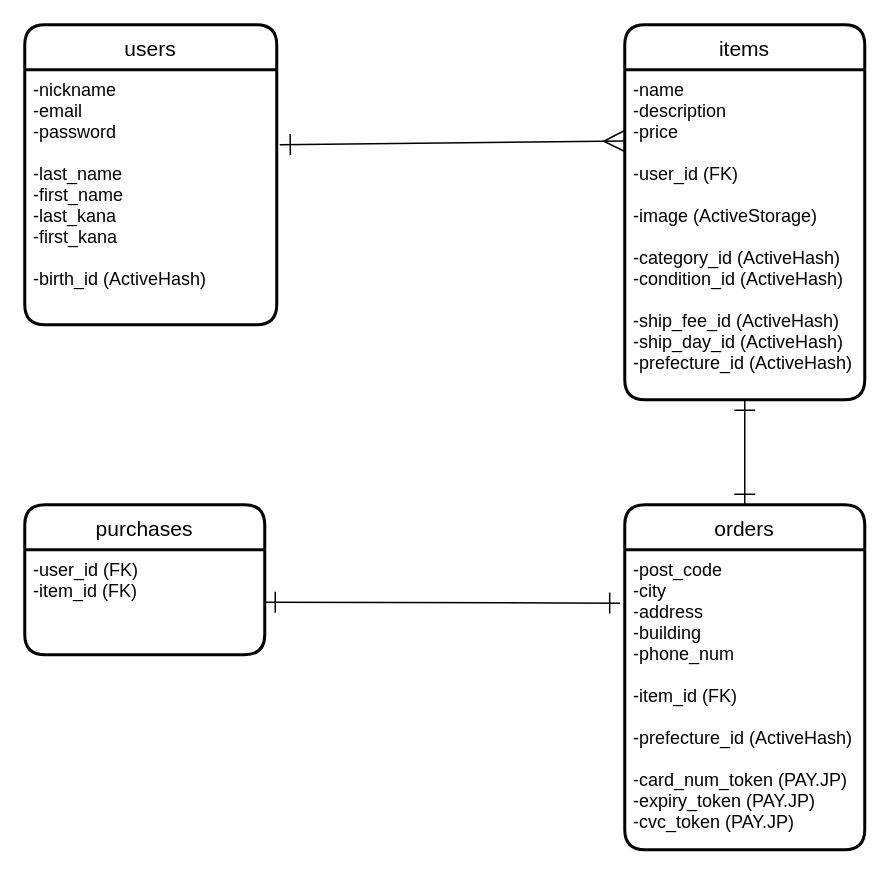
Earlier version of the draw.io diagram ER.dio (avocado-don/furima-38963). Source tidied: cells renumbered, new cells numbered last; positions are measured from the earlier drawing's top-left corner, leaving out a move shared by most shapes. Both pictures are drawn from the tidied source at 150%, with x=0, y=0 at pixel (24, 24).
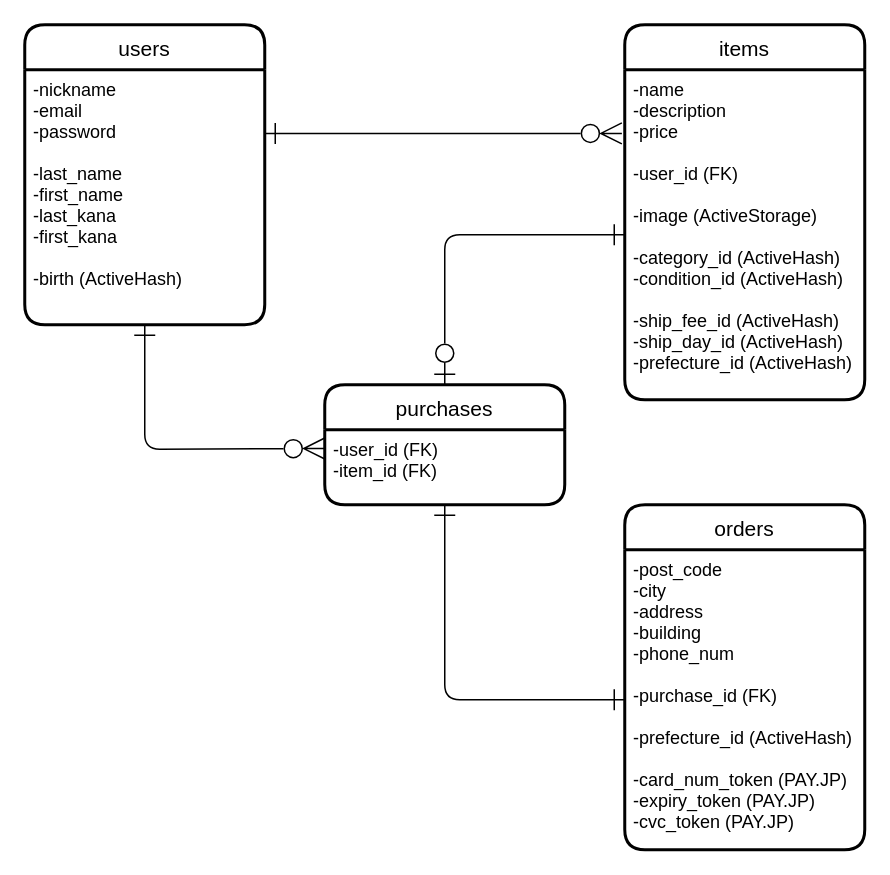
Above is the later version.

Commit message (it also covers changes not shown here):
レビューの指摘箇所修正 #3

Diff of the diagram source:
```diff
@@
 <mxGraphModel>
   <root>
     <mxCell id="0" />
     <mxCell id="1" parent="0" />
     <mxCell id="2" value="users" style="swimlane;horizontal=1;startSize=30;rounded=1;fontSize=14;fontStyle=0;strokeWidth=2;shadow=0;dashed=0;align=center;" parent="1" vertex="1">
-      <mxGeometry width="168" height="200" as="geometry" />
+      <mxGeometry width="160" height="200" as="geometry" />
     </mxCell>
-    <mxCell id="3" value="-nickname&#10;-email&#10;-password&#10;&#10;-last_name&#10;-first_name&#10;-last_kana&#10;-first_kana&#10;&#10;-birth_id (ActiveHash)" style="align=left;strokeColor=none;fillColor=none;spacingLeft=4;fontSize=12;verticalAlign=top;" parent="2" vertex="1">
-      <mxGeometry y="30" width="168" height="170" as="geometry" />
+    <mxCell id="3" value="-nickname&#10;-email&#10;-password&#10;&#10;-last_name&#10;-first_name&#10;-last_kana&#10;-first_kana&#10;&#10;-birth (ActiveHash)" style="align=left;strokeColor=none;fillColor=none;spacingLeft=4;fontSize=12;verticalAlign=top;" parent="2" vertex="1">
+      <mxGeometry y="30" width="160" height="170" as="geometry" />
     </mxCell>
     <mxCell id="4" value="items" style="swimlane;horizontal=1;startSize=30;rounded=1;fontSize=14;fontStyle=0;strokeWidth=2;shadow=0;dashed=0;align=center;" parent="1" vertex="1">
       <mxGeometry x="400" width="160" height="250" as="geometry" />
     </mxCell>
     <mxCell id="5" value="-name&#10;-description&#10;-price&#10;&#10;-user_id (FK)&#10;&#10;-image (ActiveStorage)&#10;&#10;-category_id (ActiveHash)&#10;-condition_id (ActiveHash)&#10;&#10;-ship_fee_id (ActiveHash)&#10;-ship_day_id (ActiveHash)&#10;-prefecture_id (ActiveHash)" style="align=left;strokeColor=none;fillColor=none;spacingLeft=4;fontSize=12;verticalAlign=top;" parent="4" vertex="1">
       <mxGeometry y="30" width="160" height="220" as="geometry" />
     </mxCell>
-    <mxCell id="6" style="edgeStyle=none;html=1;entryX=0.5;entryY=1;entryDx=0;entryDy=0;startArrow=ERone;startFill=0;endArrow=ERone;endFill=0;startSize=12;endSize=12;" parent="1" edge="1" source="7" target="5">
-      <mxGeometry relative="1" as="geometry" />
-    </mxCell>
     <mxCell id="7" value="orders" style="swimlane;horizontal=1;startSize=30;rounded=1;fontSize=14;fontStyle=0;strokeWidth=2;shadow=0;dashed=0;align=center;" parent="1" vertex="1">
       <mxGeometry x="400" y="320" width="160" height="230" as="geometry" />
     </mxCell>
-    <mxCell id="8" value="-post_code&#10;-city&#10;-address&#10;-building&#10;-phone_num&#10;&#10;-item_id (FK)&#10;&#10;-prefecture_id (ActiveHash)&#10;&#10;-card_num_token (PAY.JP)&#10;-expiry_token (PAY.JP)&#10;-cvc_token (PAY.JP)" style="align=left;strokeColor=none;fillColor=none;spacingLeft=4;fontSize=12;verticalAlign=top;" parent="7" vertex="1">
+    <mxCell id="8" value="-post_code&#10;-city&#10;-address&#10;-building&#10;-phone_num&#10;&#10;-purchase_id (FK)&#10;&#10;-prefecture_id (ActiveHash)&#10;&#10;-card_num_token (PAY.JP)&#10;-expiry_token (PAY.JP)&#10;-cvc_token (PAY.JP)" style="align=left;strokeColor=none;fillColor=none;spacingLeft=4;fontSize=12;verticalAlign=top;" parent="7" vertex="1">
       <mxGeometry y="30" width="160" height="200" as="geometry" />
     </mxCell>
-    <mxCell id="9" style="edgeStyle=none;html=1;entryX=0;entryY=0.216;entryDx=0;entryDy=0;entryPerimeter=0;startArrow=ERone;startFill=0;endArrow=ERmany;endFill=0;endSize=12;startSize=12;" parent="1" edge="1" target="5">
-      <mxGeometry relative="1" as="geometry">
-        <mxPoint x="170" y="80" as="sourcePoint" />
-      </mxGeometry>
-    </mxCell>
     <mxCell id="10" value="purchases" style="swimlane;horizontal=1;startSize=30;rounded=1;fontSize=14;fontStyle=0;strokeWidth=2;shadow=0;dashed=0;align=center;" parent="1" vertex="1">
-      <mxGeometry y="320" width="160" height="100" as="geometry" />
+      <mxGeometry x="200" y="240" width="160" height="80" as="geometry" />
     </mxCell>
     <mxCell id="11" value="-user_id (FK)&#10;-item_id (FK)&#10;" style="align=left;strokeColor=none;fillColor=none;spacingLeft=4;fontSize=12;verticalAlign=top;" parent="10" vertex="1">
-      <mxGeometry y="30" width="160" height="70" as="geometry" />
+      <mxGeometry y="30" width="160" height="50" as="geometry" />
     </mxCell>
+    <mxCell id="13" style="edgeStyle=none;html=1;exitX=1;exitY=0.25;exitDx=0;exitDy=0;entryX=-0.012;entryY=0.193;entryDx=0;entryDy=0;entryPerimeter=0;startArrow=ERone;startFill=0;endArrow=ERzeroToMany;endFill=0;startSize=12;endSize=12;" parent="1" edge="1" source="3" target="5">
+      <mxGeometry relative="1" as="geometry" />
+    </mxCell>
+    <mxCell id="14" style="edgeStyle=none;html=1;exitX=0;exitY=0.5;exitDx=0;exitDy=0;entryX=0.5;entryY=0;entryDx=0;entryDy=0;startArrow=ERone;startFill=0;endArrow=ERzeroToOne;endFill=0;startSize=12;endSize=12;" parent="1" edge="1" source="5" target="10">
+      <mxGeometry relative="1" as="geometry">
+        <Array as="points">
+          <mxPoint x="280" y="140" />
+        </Array>
+      </mxGeometry>
+    </mxCell>
+    <mxCell id="15" style="edgeStyle=none;html=1;exitX=0.5;exitY=1;exitDx=0;exitDy=0;entryX=0;entryY=0.25;entryDx=0;entryDy=0;startArrow=ERone;startFill=0;endArrow=ERzeroToMany;endFill=0;startSize=12;endSize=12;" parent="1" edge="1" source="3" target="11">
+      <mxGeometry relative="1" as="geometry">
+        <Array as="points">
+          <mxPoint x="80" y="283" />
+        </Array>
+      </mxGeometry>
+    </mxCell>
-    <mxCell id="12" style="edgeStyle=none;html=1;exitX=1;exitY=0.5;exitDx=0;exitDy=0;entryX=-0.019;entryY=0.178;entryDx=0;entryDy=0;entryPerimeter=0;startArrow=ERone;startFill=0;endArrow=ERone;endFill=0;startSize=12;endSize=12;" parent="1" edge="1" source="11" target="8">
-      <mxGeometry relative="1" as="geometry" />
+    <mxCell id="12" style="edgeStyle=none;html=1;exitX=0.5;exitY=1;exitDx=0;exitDy=0;entryX=0;entryY=0.5;entryDx=0;entryDy=0;startArrow=ERone;startFill=0;endArrow=ERone;endFill=0;startSize=12;endSize=12;" parent="1" edge="1" source="11" target="8">
+      <mxGeometry relative="1" as="geometry">
+        <Array as="points">
+          <mxPoint x="280" y="450" />
+        </Array>
+      </mxGeometry>
     </mxCell>
   </root>
 </mxGraphModel>
```
